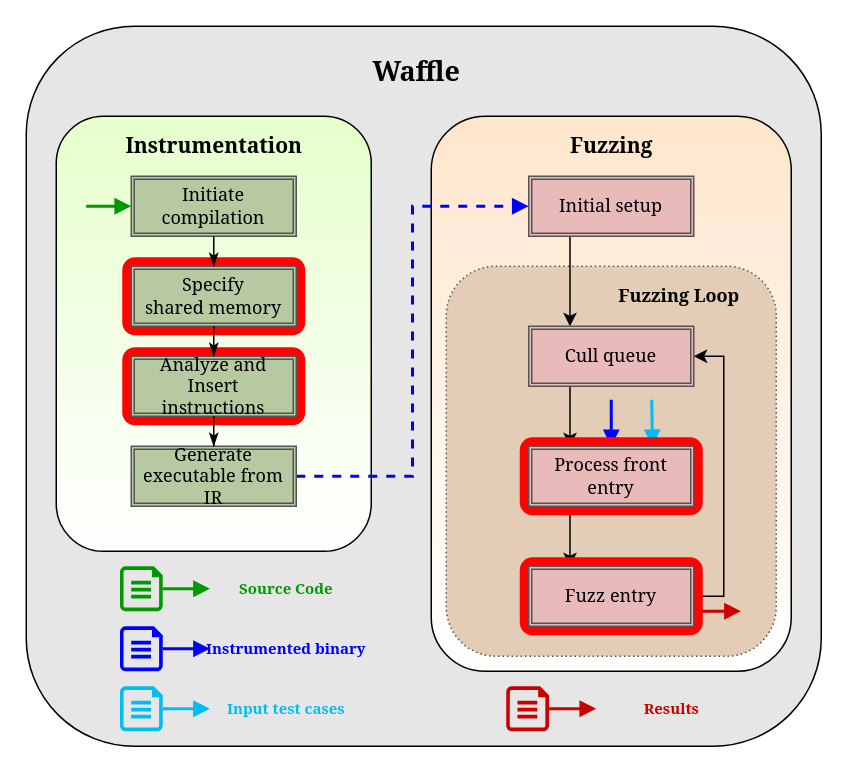
behnamarbab/masterthesis keeps this draw.io diagram as Images/drawio/waffle-proc.drawio. Above is the earlier version. Source tidied: cells renumbered, new cells numbered last; positions are measured from the earlier drawing's top-left corner, leaving out a move shared by most shapes. Both pictures are drawn from the tidied source at 150%, with x=0, y=0 at pixel (26, 26).
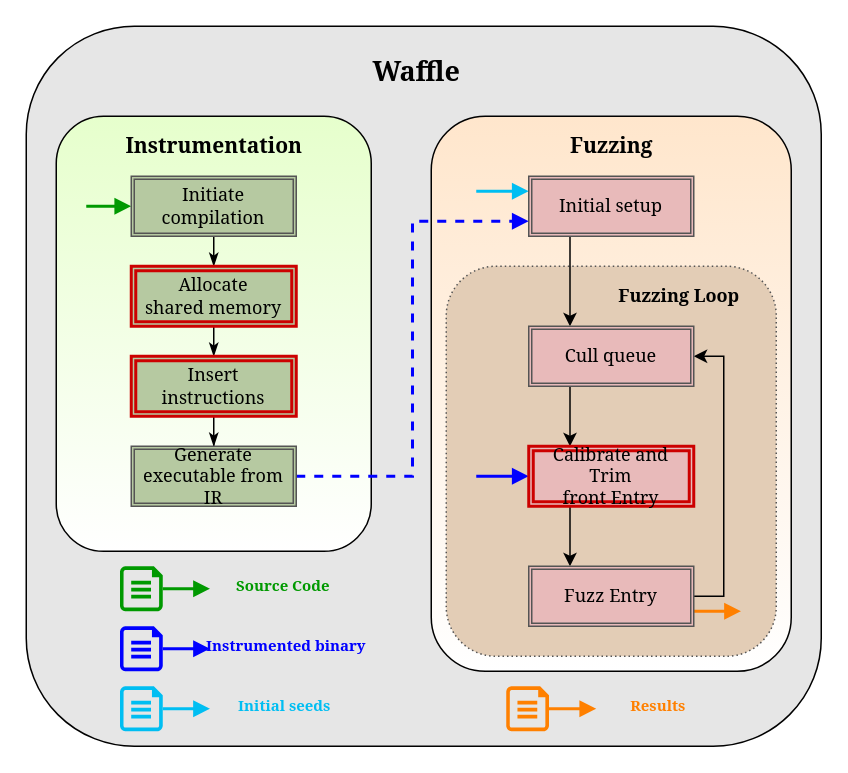
After the change.

Unchanged cells that the change refers to:
```xml
<mxCell id="18" value="Cull queue" style="shape=ext;double=1;rounded=0;whiteSpace=wrap;html=1;strokeColor=#545454;strokeWidth=1;fontFamily=Georgia;fontSize=12;fillColor=#E8BABA;" parent="1" vertex="1">
  <mxGeometry x="335" y="200" width="110" height="40" as="geometry" />
</mxCell>
<mxCell id="41" value="Generate executable from IR" style="shape=ext;double=1;rounded=0;whiteSpace=wrap;html=1;strokeColor=#545454;strokeWidth=1;fontFamily=Georgia;fontSize=12;fillColor=#B6C9A1;" parent="1" vertex="1">
  <mxGeometry x="70" y="280" width="110" height="40" as="geometry" />
</mxCell>
```

Diff of the diagram source:
```diff
@@
-    <mxCell id="2" style="rounded=1;whiteSpace=wrap;html=1;fontFamily=Georgia;fontSize=12;fillColor=#E6E6E6;" parent="1" vertex="1">
-      <mxGeometry width="530" height="480" as="geometry" />
-    </mxCell>
-    <mxCell id="3" style="rounded=1;whiteSpace=wrap;html=1;fontFamily=Georgia;fontSize=12;fillColor=#FFE6CC;gradientColor=#ffffff;" parent="1" vertex="1">
-      <mxGeometry x="270" y="60" width="240" height="370" as="geometry" />
-    </mxCell>
-    <mxCell id="4" style="rounded=1;whiteSpace=wrap;html=1;fontFamily=Georgia;fontSize=12;fillColor=#E6FFCC;gradientColor=#ffffff;" parent="1" vertex="1">
-      <mxGeometry x="20" y="60" width="210" height="290" as="geometry" />
-    </mxCell>
+    <mxCell id="47" style="rounded=1;whiteSpace=wrap;html=1;fontFamily=Georgia;fontSize=12;fillColor=#E6E6E6;" parent="1" vertex="1">
+      <mxGeometry width="530" height="480" as="geometry" />
+    </mxCell>
+    <mxCell id="49" style="rounded=1;whiteSpace=wrap;html=1;fontFamily=Georgia;fontSize=12;fillColor=#FFE6CC;gradientColor=#ffffff;" parent="1" vertex="1">
+      <mxGeometry x="270" y="60" width="240" height="370" as="geometry" />
+    </mxCell>
+    <mxCell id="50" style="rounded=1;whiteSpace=wrap;html=1;fontFamily=Georgia;fontSize=12;fillColor=#E6FFCC;gradientColor=#ffffff;" parent="1" vertex="1">
+      <mxGeometry x="20" y="60" width="210" height="290" as="geometry" />
+    </mxCell>
@@
-    <mxCell id="6" value="Initiate compilation" style="shape=ext;double=1;rounded=0;whiteSpace=wrap;html=1;strokeColor=#545454;strokeWidth=1;fontFamily=Georgia;fontSize=12;fillColor=#B6C9A1;" parent="1" vertex="1">
-      <mxGeometry x="70" y="100" width="110" height="40" as="geometry" />
-    </mxCell>
-    <mxCell id="7" style="rounded=1;whiteSpace=wrap;html=1;strokeColor=#545454;strokeWidth=1;fontFamily=Georgia;fontSize=12;dashed=1;dashPattern=1 2;fillColor=#E3CDB6;" parent="1" vertex="1">
-      <mxGeometry x="280" y="160" width="220" height="260" as="geometry" />
-    </mxCell>
+    <mxCell id="51" style="edgeStyle=orthogonalEdgeStyle;rounded=0;jettySize=auto;html=1;exitX=0.5;exitY=1;exitDx=0;exitDy=0;entryX=0.5;entryY=0;entryDx=0;entryDy=0;fontFamily=Georgia;fontSize=12;endArrow=classicThin;endFill=1;" parent="1" edge="1" source="6" target="73">
+      <mxGeometry x="60" y="100" as="geometry" />
+    </mxCell>
+    <mxCell id="52" style="edgeStyle=orthogonalEdgeStyle;rounded=0;jettySize=auto;html=1;exitX=0.5;exitY=1;exitDx=0;exitDy=0;entryX=0.5;entryY=0;entryDx=0;entryDy=0;fontFamily=Georgia;fontSize=12;endArrow=classicThin;endFill=1;" parent="1" edge="1" source="73" target="74">
+      <mxGeometry x="60" y="100" as="geometry" />
+    </mxCell>
+    <mxCell id="53" style="edgeStyle=orthogonalEdgeStyle;rounded=0;jettySize=auto;html=1;exitX=0.5;exitY=1;exitDx=0;exitDy=0;fontFamily=Georgia;fontSize=12;endArrow=classicThin;endFill=1;" parent="1" edge="1" source="74" target="41">
+      <mxGeometry x="60" y="100" as="geometry" />
+    </mxCell>
+    <mxCell id="54" style="rounded=1;whiteSpace=wrap;html=1;strokeColor=#545454;strokeWidth=1;fontFamily=Georgia;fontSize=12;dashed=1;dashPattern=1 2;fillColor=#E3CDB6;" parent="1" vertex="1">
+      <mxGeometry x="280" y="160" width="220" height="260" as="geometry" />
+    </mxCell>
@@
-    <mxCell id="10" value="Initial setup" style="shape=ext;double=1;rounded=0;whiteSpace=wrap;html=1;strokeColor=#545454;strokeWidth=1;fontFamily=Georgia;fontSize=12;fillColor=#E8BABA;" parent="1" vertex="1">
-      <mxGeometry x="335" y="100" width="110" height="40" as="geometry" />
-    </mxCell>
@@
-    <mxCell id="13" style="edgeStyle=orthogonalEdgeStyle;rounded=0;jettySize=auto;html=1;exitX=1;exitY=0.5;exitDx=0;exitDy=0;entryX=0;entryY=0.5;entryDx=0;entryDy=0;endArrow=block;endFill=1;strokeWidth=2;fontFamily=Georgia;fontSize=12;dashed=1;strokeColor=#0000FF;" parent="1" edge="1" source="41" target="10">
+    <mxCell id="13" style="edgeStyle=orthogonalEdgeStyle;rounded=0;jettySize=auto;html=1;exitX=1;exitY=0.5;exitDx=0;exitDy=0;entryX=0;entryY=0.75;entryDx=0;entryDy=0;endArrow=block;endFill=1;strokeWidth=2;fontFamily=Georgia;fontSize=12;dashed=1;strokeColor=#0000FF;" parent="1" edge="1" source="41" target="10">
       <mxGeometry relative="1" as="geometry" />
     </mxCell>
-    <mxCell id="14" style="endArrow=block;html=1;strokeWidth=2;fontFamily=Georgia;fontSize=12;endFill=1;entryX=0;entryY=0.5;entryDx=0;entryDy=0;strokeColor=#009900;" parent="1" edge="1" target="6">
-      <mxGeometry relative="1" as="geometry">
-        <mxPoint x="40" y="120" as="sourcePoint" />
-      </mxGeometry>
-    </mxCell>
-    <mxCell id="15" style="edgeStyle=orthogonalEdgeStyle;rounded=0;jettySize=auto;html=1;exitX=1;exitY=0.5;exitDx=0;exitDy=0;entryX=1;entryY=0.5;entryDx=0;entryDy=0;" parent="1" edge="1" source="43" target="18">
-      <mxGeometry relative="1" as="geometry" />
-    </mxCell>
-    <mxCell id="16" style="edgeStyle=orthogonalEdgeStyle;rounded=0;jettySize=auto;html=1;exitX=0.25;exitY=1;exitDx=0;exitDy=0;entryX=0.25;entryY=0;entryDx=0;entryDy=0;" parent="1" edge="1" source="48" target="43">
-      <mxGeometry relative="1" as="geometry" />
-    </mxCell>
-    <mxCell id="17" style="edgeStyle=orthogonalEdgeStyle;rounded=0;jettySize=auto;html=1;exitX=0.25;exitY=1;exitDx=0;exitDy=0;entryX=0.25;entryY=0;entryDx=0;entryDy=0;" parent="1" edge="1" source="18" target="48">
-      <mxGeometry relative="1" as="geometry" />
-    </mxCell>
+    <mxCell id="55" style="endArrow=block;html=1;strokeWidth=2;fontFamily=Georgia;fontSize=12;endFill=1;entryX=0;entryY=0.5;entryDx=0;entryDy=0;strokeColor=#009900;" parent="1" edge="1" target="6">
+      <mxGeometry relative="1" as="geometry">
+        <mxPoint x="40" y="120" as="sourcePoint" />
+      </mxGeometry>
+    </mxCell>
+    <mxCell id="56" style="edgeStyle=orthogonalEdgeStyle;rounded=0;jettySize=auto;html=1;exitX=1;exitY=0.5;exitDx=0;exitDy=0;entryX=1;entryY=0.5;entryDx=0;entryDy=0;" parent="1" edge="1" source="71" target="18">
+      <mxGeometry relative="1" as="geometry" />
+    </mxCell>
+    <mxCell id="57" style="edgeStyle=orthogonalEdgeStyle;rounded=0;jettySize=auto;html=1;exitX=0.25;exitY=1;exitDx=0;exitDy=0;entryX=0.25;entryY=0;entryDx=0;entryDy=0;" parent="1" edge="1" source="72" target="71">
+      <mxGeometry relative="1" as="geometry" />
+    </mxCell>
+    <mxCell id="58" style="edgeStyle=orthogonalEdgeStyle;rounded=0;jettySize=auto;html=1;exitX=0.25;exitY=1;exitDx=0;exitDy=0;entryX=0.25;entryY=0;entryDx=0;entryDy=0;" parent="1" edge="1" source="18" target="72">
+      <mxGeometry relative="1" as="geometry" />
+    </mxCell>
+    <mxCell id="59" style="endArrow=block;html=1;strokeWidth=2;fontFamily=Georgia;fontSize=12;strokeColor=#00BEF2;endFill=1;entryX=0;entryY=0.25;entryDx=0;entryDy=0;" parent="1" edge="1" target="10">
+      <mxGeometry relative="1" as="geometry">
+        <mxPoint x="300" y="110" as="sourcePoint" />
+        <Array as="points">
+          <mxPoint x="300" y="110" />
+        </Array>
+      </mxGeometry>
+    </mxCell>
+    <mxCell id="60" style="endArrow=block;html=1;strokeWidth=2;fontFamily=Georgia;fontSize=12;endFill=1;entryX=0;entryY=0.5;entryDx=0;entryDy=0;strokeColor=#0000FF;" parent="1" edge="1" target="72">
+      <mxGeometry relative="1" as="geometry">
+        <mxPoint x="300" y="300" as="sourcePoint" />
+      </mxGeometry>
+    </mxCell>
+    <mxCell id="61" style="group;" parent="1" vertex="1">
+      <mxGeometry x="62.5" y="400" width="160" height="30" as="geometry" />
+    </mxCell>
+    <mxCell id="22" style="verticalLabelPosition=bottom;html=1;verticalAlign=top;align=center;strokeColor=none;shape=mxgraph.azure.cloud_services_configuration_file;dashed=1;dashPattern=1 2;fontFamily=Georgia;fontSize=12;fillColor=#0000FF;" parent="61" vertex="1">
+      <mxGeometry width="28.5" height="30" as="geometry" />
+    </mxCell>
+    <mxCell id="62" style="endArrow=block;html=1;strokeWidth=2;fontFamily=Georgia;fontSize=12;exitX=1;exitY=0.5;exitDx=0;exitDy=0;exitPerimeter=0;strokeColor=#0000FF;endFill=1;" parent="61" edge="1" source="22">
+      <mxGeometry relative="1" as="geometry">
+        <mxPoint x="60" y="15" as="targetPoint" />
+      </mxGeometry>
+    </mxCell>
+    <mxCell id="24" value="&lt;font color=&quot;#0000ff&quot; size=&quot;1&quot;&gt;&lt;b&gt;Instrumented binary&lt;/b&gt;&lt;/font&gt;" style="text;html=1;align=center;verticalAlign=middle;fontSize=12;fontFamily=Georgia;" parent="61" vertex="1">
+      <mxGeometry x="60" y="3" width="100" height="20" as="geometry" />
+    </mxCell>
+    <mxCell id="63" style="group;" parent="1" vertex="1">
+      <mxGeometry x="62.5" y="440" width="150" height="30" as="geometry" />
+    </mxCell>
+    <mxCell id="26" style="verticalLabelPosition=bottom;html=1;verticalAlign=top;align=center;strokeColor=none;shape=mxgraph.azure.cloud_services_configuration_file;dashed=1;dashPattern=1 2;fontFamily=Georgia;fontSize=12;fillColor=#00BEF2;" parent="63" vertex="1">
+      <mxGeometry width="28.5" height="30" as="geometry" />
+    </mxCell>
+    <mxCell id="64" style="endArrow=block;html=1;strokeWidth=2;fontFamily=Georgia;fontSize=12;exitX=1;exitY=0.5;exitDx=0;exitDy=0;exitPerimeter=0;strokeColor=#00BEF2;endFill=1;" parent="63" edge="1" source="26">
+      <mxGeometry relative="1" as="geometry">
+        <mxPoint x="60" y="15" as="targetPoint" />
+      </mxGeometry>
+    </mxCell>
+    <mxCell id="65" value="&lt;font color=&quot;#00bef2&quot; size=&quot;1&quot;&gt;&lt;b&gt;Initial seeds&lt;/b&gt;&lt;/font&gt;" style="text;html=1;align=center;verticalAlign=middle;fontSize=12;fontFamily=Georgia;" parent="63" vertex="1">
+      <mxGeometry x="74" y="3" width="70" height="20" as="geometry" />
+    </mxCell>
+    <mxCell id="66" style="verticalLabelPosition=bottom;html=1;verticalAlign=top;align=center;strokeColor=none;shape=mxgraph.azure.cloud_services_configuration_file;dashed=1;dashPattern=1 2;fontFamily=Georgia;fontSize=12;fillColor=#FF8000;" parent="1" vertex="1">
+      <mxGeometry x="320" y="440" width="28.5" height="30" as="geometry" />
+    </mxCell>
+    <mxCell id="67" style="endArrow=block;html=1;strokeWidth=2;fontFamily=Georgia;fontSize=12;exitX=1;exitY=0.5;exitDx=0;exitDy=0;exitPerimeter=0;endFill=1;strokeColor=#FF8000;" parent="1" edge="1" source="66">
+      <mxGeometry x="360" y="480" as="geometry">
+        <mxPoint x="380" y="455" as="targetPoint" />
+      </mxGeometry>
+    </mxCell>
+    <mxCell id="31" value="&lt;font size=&quot;1&quot;&gt;&lt;b&gt;Results&lt;/b&gt;&lt;/font&gt;" style="text;html=1;align=center;verticalAlign=middle;fontSize=12;fontFamily=Georgia;fontColor=#FF8000;" parent="1" vertex="1">
+      <mxGeometry x="396" y="443" width="50" height="20" as="geometry" />
+    </mxCell>
+    <mxCell id="68" style="group;" parent="1" vertex="1">
+      <mxGeometry x="62.5" y="360" width="145" height="30" as="geometry" />
+    </mxCell>
+    <mxCell id="33" style="verticalLabelPosition=bottom;html=1;verticalAlign=top;align=center;strokeColor=none;shape=mxgraph.azure.cloud_services_configuration_file;dashed=1;dashPattern=1 2;fontFamily=Georgia;fontSize=12;fillColor=#009900;" parent="68" vertex="1">
+      <mxGeometry width="28.5" height="30" as="geometry" />
+    </mxCell>
+    <mxCell id="69" style="endArrow=block;html=1;strokeWidth=2;fontFamily=Georgia;fontSize=12;exitX=1;exitY=0.5;exitDx=0;exitDy=0;exitPerimeter=0;endFill=1;strokeColor=#009900;" parent="68" edge="1" source="33">
+      <mxGeometry as="geometry">
+        <mxPoint x="60" y="15" as="targetPoint" />
+      </mxGeometry>
+    </mxCell>
+    <mxCell id="35" value="&lt;b style=&quot;font-size: x-small&quot;&gt;&lt;font color=&quot;#009900&quot;&gt;Source Code&lt;/font&gt;&lt;/b&gt;" style="text;html=1;align=center;verticalAlign=middle;fontSize=12;fontFamily=Georgia;" parent="68" vertex="1">
+      <mxGeometry x="73" y="3" width="70" height="20" as="geometry" />
+    </mxCell>
+    <mxCell id="70" style="endArrow=block;html=1;strokeWidth=2;fontFamily=Georgia;fontSize=12;endFill=1;strokeColor=#FF8000;" parent="1" edge="1">
+      <mxGeometry x="456.5" y="415" as="geometry">
+        <mxPoint x="445" y="390" as="sourcePoint" />
+        <mxPoint x="476.5" y="390" as="targetPoint" />
+      </mxGeometry>
+    </mxCell>
+    <mxCell id="71" value="Fuzz Entry" style="shape=ext;double=1;rounded=0;whiteSpace=wrap;html=1;strokeColor=#545454;strokeWidth=1;fontFamily=Georgia;fontSize=12;fillColor=#E8BABA;" parent="1" vertex="1">
+      <mxGeometry x="335" y="360" width="110" height="40" as="geometry" />
+    </mxCell>
+    <mxCell id="72" value="Calibrate and Trim&lt;br&gt;front Entry" style="shape=ext;double=1;rounded=0;whiteSpace=wrap;html=1;strokeWidth=2;fontFamily=Georgia;fontSize=12;fillColor=#E8BABA;strokeColor=#CC0000;" parent="1" vertex="1">
+      <mxGeometry x="335" y="280" width="110" height="40" as="geometry" />
+    </mxCell>
@@
-    <mxCell id="19" style="endArrow=block;html=1;strokeWidth=2;fontFamily=Georgia;fontSize=12;strokeColor=#00BEF2;endFill=1;entryX=0.75;entryY=0;entryDx=0;entryDy=0;" parent="1" edge="1" target="48">
-      <mxGeometry relative="1" as="geometry">
-        <mxPoint x="417" y="249" as="sourcePoint" />
-      </mxGeometry>
-    </mxCell>
-    <mxCell id="20" style="endArrow=block;html=1;strokeWidth=2;fontFamily=Georgia;fontSize=12;endFill=1;entryX=0.5;entryY=0;entryDx=0;entryDy=0;strokeColor=#0000FF;" parent="1" edge="1" target="48">
-      <mxGeometry relative="1" as="geometry">
-        <mxPoint x="390" y="249" as="sourcePoint" />
-      </mxGeometry>
-    </mxCell>
-    <mxCell id="21" style="group;" parent="1" vertex="1">
-      <mxGeometry x="62.5" y="400" width="160" height="30" as="geometry" />
-    </mxCell>
-    <mxCell id="22" style="verticalLabelPosition=bottom;html=1;verticalAlign=top;align=center;strokeColor=none;shape=mxgraph.azure.cloud_services_configuration_file;dashed=1;dashPattern=1 2;fontFamily=Georgia;fontSize=12;fillColor=#0000FF;" parent="21" vertex="1">
-      <mxGeometry width="28.5" height="30" as="geometry" />
-    </mxCell>
-    <mxCell id="23" style="endArrow=block;html=1;strokeWidth=2;fontFamily=Georgia;fontSize=12;exitX=1;exitY=0.5;exitDx=0;exitDy=0;exitPerimeter=0;strokeColor=#0000FF;endFill=1;" parent="21" edge="1" source="22">
-      <mxGeometry relative="1" as="geometry">
-        <mxPoint x="60" y="15" as="targetPoint" />
-      </mxGeometry>
-    </mxCell>
-    <mxCell id="24" value="&lt;font color=&quot;#0000ff&quot; size=&quot;1&quot;&gt;&lt;b&gt;Instrumented binary&lt;/b&gt;&lt;/font&gt;" style="text;html=1;align=center;verticalAlign=middle;fontSize=12;fontFamily=Georgia;" parent="21" vertex="1">
-      <mxGeometry x="60" y="5" width="100" height="20" as="geometry" />
-    </mxCell>
-    <mxCell id="25" style="group;" parent="1" vertex="1">
-      <mxGeometry x="62.5" y="440" width="150" height="30" as="geometry" />
-    </mxCell>
-    <mxCell id="26" style="verticalLabelPosition=bottom;html=1;verticalAlign=top;align=center;strokeColor=none;shape=mxgraph.azure.cloud_services_configuration_file;dashed=1;dashPattern=1 2;fontFamily=Georgia;fontSize=12;fillColor=#00BEF2;" parent="25" vertex="1">
-      <mxGeometry width="28.5" height="30" as="geometry" />
-    </mxCell>
-    <mxCell id="27" style="endArrow=block;html=1;strokeWidth=2;fontFamily=Georgia;fontSize=12;exitX=1;exitY=0.5;exitDx=0;exitDy=0;exitPerimeter=0;strokeColor=#00BEF2;endFill=1;" parent="25" edge="1" source="26">
-      <mxGeometry relative="1" as="geometry">
-        <mxPoint x="60" y="15" as="targetPoint" />
-      </mxGeometry>
-    </mxCell>
-    <mxCell id="28" value="&lt;font color=&quot;#00bef2&quot; size=&quot;1&quot;&gt;&lt;b&gt;Input test cases&lt;/b&gt;&lt;/font&gt;" style="text;html=1;align=center;verticalAlign=middle;fontSize=12;fontFamily=Georgia;" parent="25" vertex="1">
-      <mxGeometry x="70" y="5" width="80" height="20" as="geometry" />
-    </mxCell>
-    <mxCell id="29" style="verticalLabelPosition=bottom;html=1;verticalAlign=top;align=center;strokeColor=none;shape=mxgraph.azure.cloud_services_configuration_file;dashed=1;dashPattern=1 2;fontFamily=Georgia;fontSize=12;fillColor=#CC0000;" parent="1" vertex="1">
-      <mxGeometry x="320" y="440" width="28.5" height="30" as="geometry" />
-    </mxCell>
-    <mxCell id="30" style="endArrow=block;html=1;strokeWidth=2;fontFamily=Georgia;fontSize=12;exitX=1;exitY=0.5;exitDx=0;exitDy=0;exitPerimeter=0;endFill=1;strokeColor=#CC0000;" parent="1" edge="1" source="29">
-      <mxGeometry x="390" y="460" as="geometry">
-        <mxPoint x="380" y="455" as="targetPoint" />
-      </mxGeometry>
-    </mxCell>
-    <mxCell id="31" value="&lt;font size=&quot;1&quot; color=&quot;#cc0000&quot;&gt;&lt;b&gt;Results&lt;/b&gt;&lt;/font&gt;" style="text;html=1;align=center;verticalAlign=middle;fontSize=12;fontFamily=Georgia;" parent="1" vertex="1">
-      <mxGeometry x="405" y="445" width="50" height="20" as="geometry" />
-    </mxCell>
-    <mxCell id="32" style="group;" parent="1" vertex="1">
-      <mxGeometry x="62.5" y="360" width="145" height="30" as="geometry" />
-    </mxCell>
-    <mxCell id="33" style="verticalLabelPosition=bottom;html=1;verticalAlign=top;align=center;strokeColor=none;shape=mxgraph.azure.cloud_services_configuration_file;dashed=1;dashPattern=1 2;fontFamily=Georgia;fontSize=12;fillColor=#009900;" parent="32" vertex="1">
-      <mxGeometry width="28.5" height="30" as="geometry" />
-    </mxCell>
-    <mxCell id="34" style="endArrow=block;html=1;strokeWidth=2;fontFamily=Georgia;fontSize=12;exitX=1;exitY=0.5;exitDx=0;exitDy=0;exitPerimeter=0;endFill=1;strokeColor=#009900;" parent="32" edge="1" source="33">
-      <mxGeometry as="geometry">
-        <mxPoint x="60" y="15" as="targetPoint" />
-      </mxGeometry>
-    </mxCell>
-    <mxCell id="35" value="&lt;b style=&quot;font-size: x-small&quot;&gt;&lt;font color=&quot;#009900&quot;&gt;Source Code&lt;/font&gt;&lt;/b&gt;" style="text;html=1;align=center;verticalAlign=middle;fontSize=12;fontFamily=Georgia;" parent="32" vertex="1">
-      <mxGeometry x="75" y="5" width="70" height="20" as="geometry" />
-    </mxCell>
-    <mxCell id="36" style="endArrow=block;html=1;strokeWidth=2;fontFamily=Georgia;fontSize=12;exitX=1;exitY=0.5;exitDx=0;exitDy=0;exitPerimeter=0;endFill=1;strokeColor=#CC0000;" parent="1" edge="1">
-      <mxGeometry x="486.5" y="395" as="geometry">
-        <mxPoint x="445" y="390" as="sourcePoint" />
-        <mxPoint x="476.5" y="390" as="targetPoint" />
-      </mxGeometry>
-    </mxCell>
-    <mxCell id="37" style="rounded=1;whiteSpace=wrap;html=1;strokeColor=#FF0303;strokeWidth=2;fillColor=#FF0303;" parent="1" vertex="1">
-      <mxGeometry x="65" y="155" width="120" height="50" as="geometry" />
-    </mxCell>
-    <mxCell id="38" value="Specify&lt;br&gt;shared memory" style="shape=ext;double=1;rounded=0;whiteSpace=wrap;html=1;strokeColor=#545454;strokeWidth=1;fontFamily=Georgia;fontSize=12;fillColor=#B6C9A1;" parent="1" vertex="1">
-      <mxGeometry x="70" y="160" width="110" height="40" as="geometry" />
-    </mxCell>
-    <mxCell id="39" style="rounded=1;whiteSpace=wrap;html=1;strokeColor=#FF0303;strokeWidth=2;fillColor=#FF0303;" parent="1" vertex="1">
-      <mxGeometry x="65" y="215" width="120" height="50" as="geometry" />
-    </mxCell>
-    <mxCell id="40" value="Analyze and Insert instructions" style="shape=ext;double=1;rounded=0;whiteSpace=wrap;html=1;strokeColor=#545454;strokeWidth=1;fontFamily=Georgia;fontSize=12;fillColor=#B6C9A1;" parent="1" vertex="1">
-      <mxGeometry x="70" y="220" width="110" height="40" as="geometry" />
-    </mxCell>
+    <mxCell id="6" value="Initiate compilation" style="shape=ext;double=1;rounded=0;whiteSpace=wrap;html=1;strokeColor=#545454;strokeWidth=1;fontFamily=Georgia;fontSize=12;fillColor=#B6C9A1;" parent="1" vertex="1">
+      <mxGeometry x="70" y="100" width="110" height="40" as="geometry" />
+    </mxCell>
+    <mxCell id="73" value="Allocate&lt;br&gt;shared memory" style="shape=ext;double=1;rounded=0;whiteSpace=wrap;html=1;strokeWidth=2;fontFamily=Georgia;fontSize=12;fillColor=#B6C9A1;strokeColor=#CC0000;" parent="1" vertex="1">
+      <mxGeometry x="70" y="160" width="110" height="40" as="geometry" />
+    </mxCell>
+    <mxCell id="74" value="Insert instructions" style="shape=ext;double=1;rounded=0;whiteSpace=wrap;html=1;strokeWidth=2;fontFamily=Georgia;fontSize=12;fillColor=#B6C9A1;strokeColor=#CC0000;" parent="1" vertex="1">
+      <mxGeometry x="70" y="220" width="110" height="40" as="geometry" />
+    </mxCell>
@@
-    <mxCell id="42" style="rounded=1;whiteSpace=wrap;html=1;strokeColor=#FF0303;strokeWidth=2;fillColor=#FF0303;" parent="1" vertex="1">
-      <mxGeometry x="330" y="355" width="120" height="50" as="geometry" />
-    </mxCell>
-    <mxCell id="43" value="Fuzz entry" style="shape=ext;double=1;rounded=0;whiteSpace=wrap;html=1;strokeColor=#545454;strokeWidth=1;fontFamily=Georgia;fontSize=12;fillColor=#E8BABA;" parent="1" vertex="1">
-      <mxGeometry x="335" y="360" width="110" height="40" as="geometry" />
-    </mxCell>
-    <mxCell id="44" style="edgeStyle=orthogonalEdgeStyle;rounded=0;jettySize=auto;html=1;exitX=0.5;exitY=1;exitDx=0;exitDy=0;entryX=0.5;entryY=0;entryDx=0;entryDy=0;fontFamily=Georgia;fontSize=12;endArrow=classicThin;endFill=1;" parent="1" edge="1" source="38" target="40">
-      <mxGeometry x="90" y="80" as="geometry" />
-    </mxCell>
-    <mxCell id="45" style="edgeStyle=orthogonalEdgeStyle;rounded=0;jettySize=auto;html=1;exitX=0.5;exitY=1;exitDx=0;exitDy=0;entryX=0.5;entryY=0;entryDx=0;entryDy=0;fontFamily=Georgia;fontSize=12;endArrow=classicThin;endFill=1;" parent="1" edge="1" source="6" target="38">
-      <mxGeometry x="90" y="80" as="geometry" />
-    </mxCell>
-    <mxCell id="46" style="edgeStyle=orthogonalEdgeStyle;rounded=0;jettySize=auto;html=1;exitX=0.5;exitY=1;exitDx=0;exitDy=0;fontFamily=Georgia;fontSize=12;endArrow=classicThin;endFill=1;" parent="1" edge="1" source="40" target="41">
-      <mxGeometry x="90" y="80" as="geometry" />
-    </mxCell>
-    <mxCell id="47" style="rounded=1;whiteSpace=wrap;html=1;strokeColor=#FF0303;strokeWidth=2;fillColor=#FF0303;" parent="1" vertex="1">
-      <mxGeometry x="330" y="275" width="120" height="50" as="geometry" />
-    </mxCell>
-    <mxCell id="48" value="Process front entry" style="shape=ext;double=1;rounded=0;whiteSpace=wrap;html=1;strokeColor=#545454;strokeWidth=1;fontFamily=Georgia;fontSize=12;fillColor=#E8BABA;" parent="1" vertex="1">
-      <mxGeometry x="335" y="280" width="110" height="40" as="geometry" />
-    </mxCell>
+    <mxCell id="10" value="Initial setup" style="shape=ext;double=1;rounded=0;whiteSpace=wrap;html=1;strokeColor=#545454;strokeWidth=1;fontFamily=Georgia;fontSize=12;fillColor=#E8BABA;" parent="1" vertex="1">
+      <mxGeometry x="335" y="100" width="110" height="40" as="geometry" />
+    </mxCell>
```
